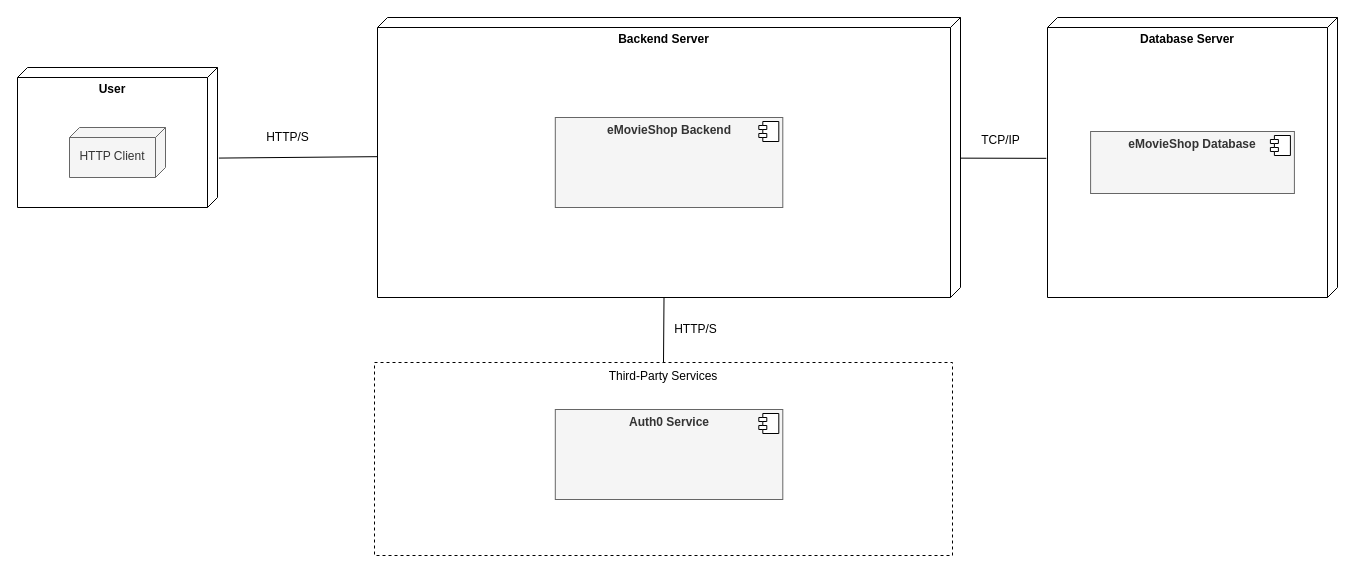
Above: Deliverables/Phase1/ArchitectureAndDesign/diagrams/DeploymentView.drawio in mei-desofs/desofs2026-wed_nap_1-1 (draw.io), before the change. Source tidied: cells renumbered, new cells numbered last; positions are measured from the earlier drawing's top-left corner, leaving out a move shared by most shapes. Both pictures are drawn from the tidied source at 100%, with x=0, y=0 at pixel (17, 17).
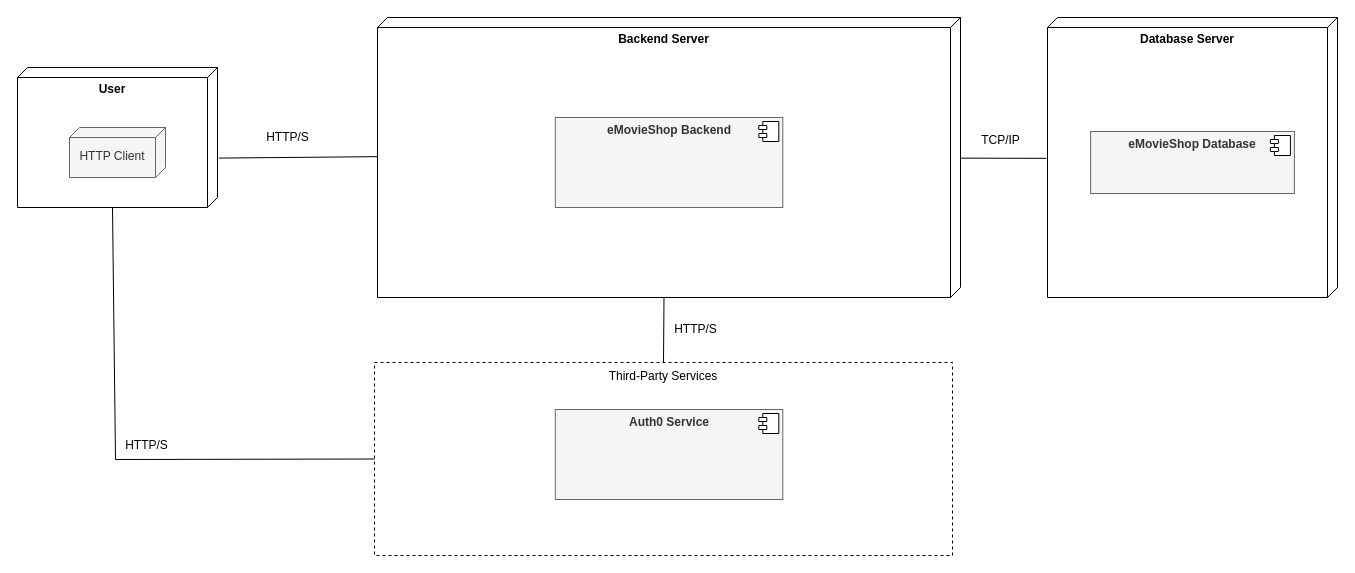
The same page after the edit.

Commit message (it also covers changes not shown here):
Updating Deployment View

Unchanged cells that the change refers to:
```xml
<mxCell id="3" value="&lt;b&gt;User&lt;/b&gt;" style="verticalAlign=top;align=center;spacingTop=8;spacingLeft=2;spacingRight=12;shape=cube;size=10;direction=south;fontStyle=0;html=1;whiteSpace=wrap;" parent="2" vertex="1">
  <mxGeometry width="200" height="140" as="geometry" />
</mxCell>
<mxCell id="15" value="Third-Party Services" style="rounded=0;whiteSpace=wrap;html=1;dashed=1;labelPosition=center;verticalLabelPosition=middle;align=center;verticalAlign=top;" parent="1" vertex="1">
  <mxGeometry x="357" y="345" width="578" height="193" as="geometry" />
</mxCell>
```

Change to the diagram source:
```diff
@@
+    <mxCell id="20" style="endArrow=none;html=1;rounded=0;entryX=0;entryY=0.5;entryDx=0;entryDy=0;exitX=0;exitY=0;exitDx=140;exitDy=105;exitPerimeter=0;" parent="1" edge="1" source="3" target="15">
+      <mxGeometry relative="1" as="geometry">
+        <Array as="points">
+          <mxPoint x="98" y="442" />
+        </Array>
+      </mxGeometry>
+    </mxCell>
+    <mxCell id="21" value="&lt;span style=&quot;font-weight: normal;&quot;&gt;HTTP/S&lt;/span&gt;" style="text;align=center;fontStyle=1;verticalAlign=middle;spacingLeft=3;spacingRight=3;strokeColor=none;html=1;" parent="1" vertex="1">
+      <mxGeometry x="89" y="415" width="80" height="26" as="geometry" />
+    </mxCell>
```
